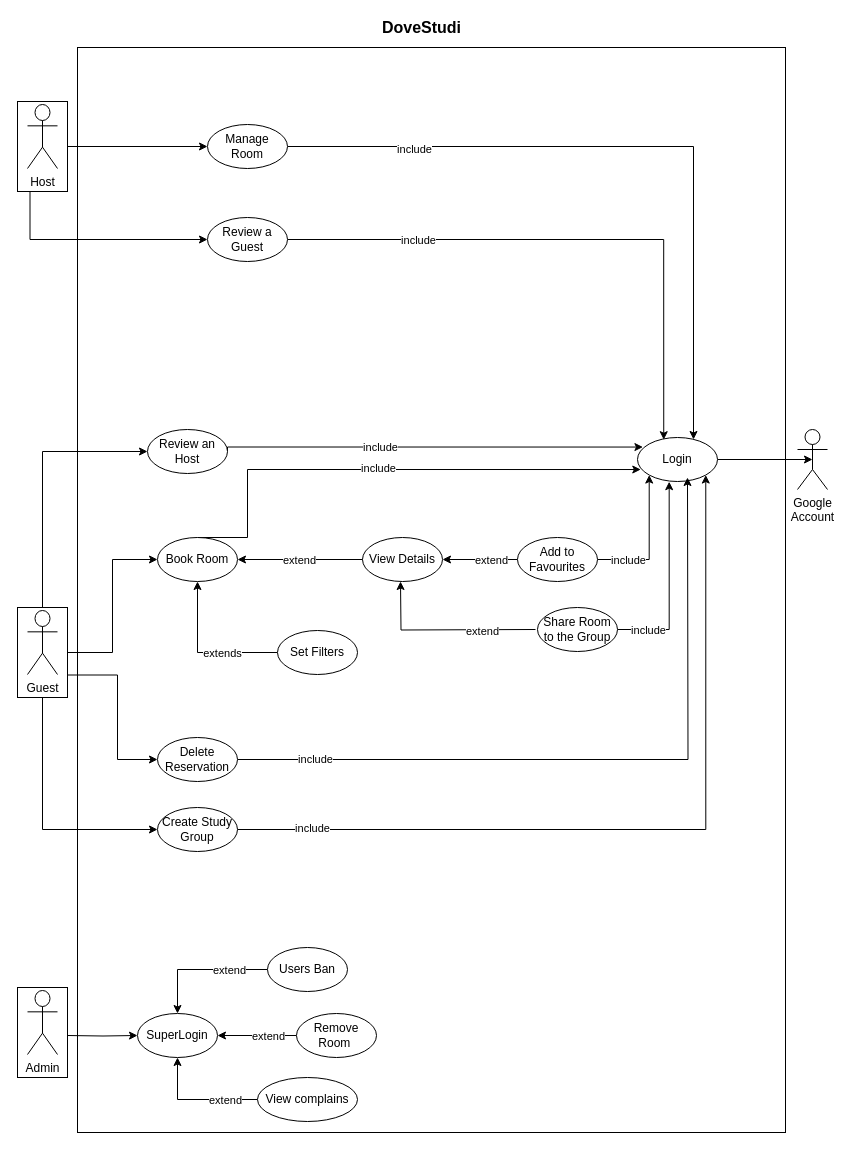
This is Deliverables/SRS/DoveStudi UCD.drawio from nic-agos/DoveStudi, a draw.io file, before an edit. Source tidied: cells renumbered, new cells numbered last; positions are measured from the earlier drawing's top-left corner, leaving out a move shared by most shapes. Both pictures are drawn from the tidied source at 100%, with x=0, y=0 at pixel (17, 17).
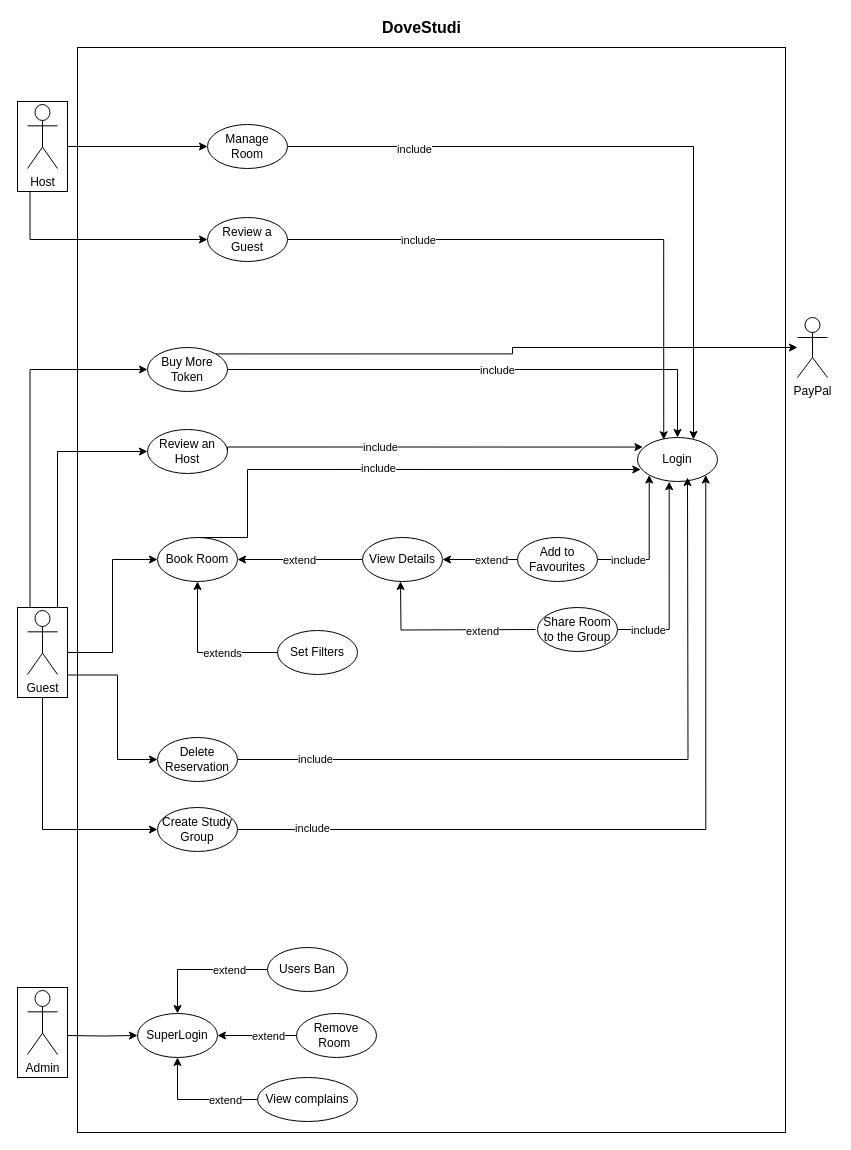
The same page after the edit.

Commit message:
added buy tokens and Paypal, removed google log in

Unchanged cells that the change refers to:
```xml
<mxCell id="11" value="Login" style="ellipse;whiteSpace=wrap;html=1;" parent="1" vertex="1">
  <mxGeometry x="620" y="420" width="80" height="44" as="geometry" />
</mxCell>
<mxCell id="36" value="Review an Host" style="ellipse;whiteSpace=wrap;html=1;" parent="1" vertex="1">
  <mxGeometry x="130" y="412" width="80" height="44" as="geometry" />
</mxCell>
<mxCell id="58" style="rounded=0;whiteSpace=wrap;html=1;direction=south;fillColor=none;" parent="1" vertex="1">
  <mxGeometry y="590" width="50" height="90" as="geometry" />
</mxCell>
```

Diff of the diagram source:
```diff
@@
     <mxCell id="3" style="edgeStyle=orthogonalEdgeStyle;rounded=0;jettySize=auto;html=1;entryX=0;entryY=0.5;entryDx=0;entryDy=0;exitX=0;exitY=0.5;exitDx=0;exitDy=0;" parent="1" edge="1" source="58" target="36">
       <mxGeometry relative="1" as="geometry">
         <Array as="points">
-          <mxPoint x="25" y="434" />
+          <mxPoint x="40" y="590" />
+          <mxPoint x="40" y="434" />
         </Array>
       </mxGeometry>
     </mxCell>
@@
-    <mxCell id="7" value="Google&lt;br&gt;Account" style="shape=umlActor;verticalLabelPosition=bottom;verticalAlign=top;html=1;outlineConnect=0;" parent="1" vertex="1">
-      <mxGeometry x="780" y="412" width="30" height="60" as="geometry" />
-    </mxCell>
@@
-    <mxCell id="10" style="edgeStyle=orthogonalEdgeStyle;rounded=0;jettySize=auto;html=1;exitX=1;exitY=0.5;exitDx=0;exitDy=0;entryX=0.5;entryY=0.5;entryDx=0;entryDy=0;entryPerimeter=0;" parent="1" edge="1" source="11" target="7">
-      <mxGeometry relative="1" as="geometry" />
-    </mxCell>
@@
+    <mxCell id="65" style="edgeStyle=orthogonalEdgeStyle;rounded=0;jettySize=auto;html=1;exitX=0;exitY=0.75;exitDx=0;exitDy=0;entryX=0;entryY=0.5;entryDx=0;entryDy=0;" parent="1" edge="1" source="58" target="69">
+      <mxGeometry relative="1" as="geometry" />
+    </mxCell>
@@
+    <mxCell id="66" style="edgeStyle=orthogonalEdgeStyle;rounded=0;jettySize=auto;html=1;exitX=1;exitY=0.5;exitDx=0;exitDy=0;entryX=0.5;entryY=0;entryDx=0;entryDy=0;" parent="1" edge="1" source="69" target="11">
+      <mxGeometry relative="1" as="geometry" />
+    </mxCell>
+    <mxCell id="67" value="include" style="edgeLabel;html=1;align=center;verticalAlign=middle;" parent="66" vertex="1">
+      <mxGeometry x="0.04" relative="1" as="geometry" />
+    </mxCell>
+    <mxCell id="68" style="edgeStyle=orthogonalEdgeStyle;rounded=0;jettySize=auto;html=1;exitX=1;exitY=0;exitDx=0;exitDy=0;" parent="1" edge="1" source="69" target="70">
+      <mxGeometry relative="1" as="geometry" />
+    </mxCell>
+    <mxCell id="69" value="Buy More Token" style="ellipse;whiteSpace=wrap;html=1;" parent="1" vertex="1">
+      <mxGeometry x="130" y="330" width="80" height="44" as="geometry" />
+    </mxCell>
+    <mxCell id="70" value="PayPal" style="shape=umlActor;verticalLabelPosition=bottom;verticalAlign=top;html=1;outlineConnect=0;" parent="1" vertex="1">
+      <mxGeometry x="780" y="300" width="30" height="60" as="geometry" />
+    </mxCell>
```
